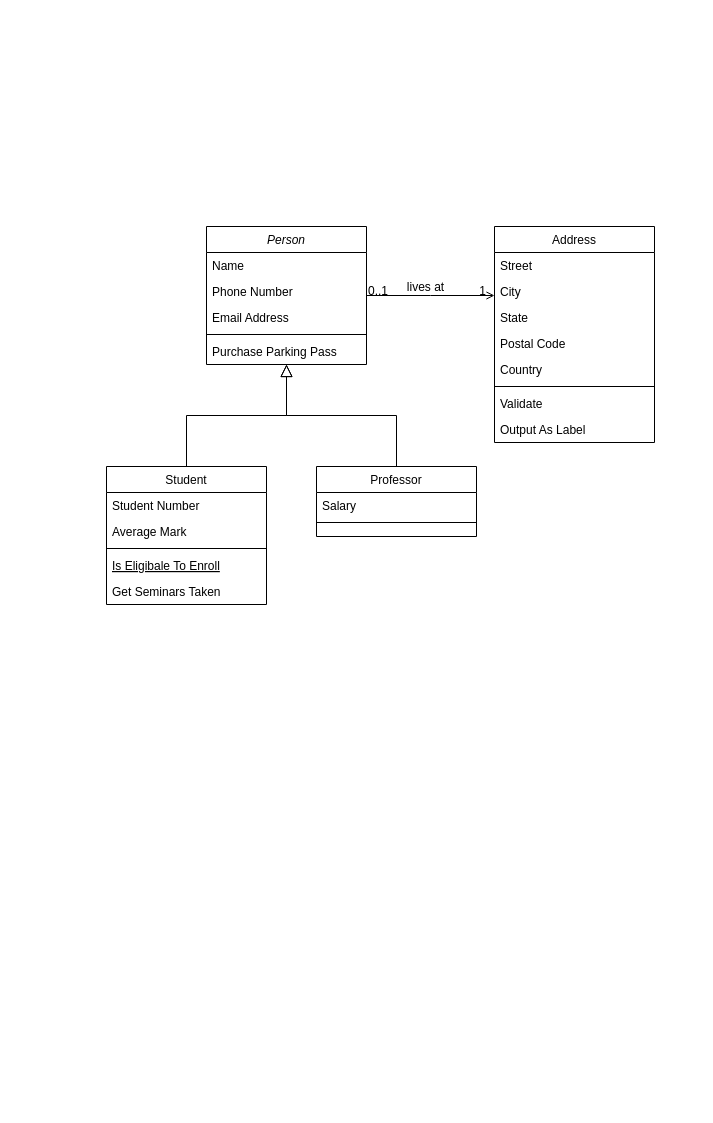
The draw.io diagram Untitled Diagram.drawio in ShubhamNagure/AlgoCode, before the edit. Source tidied: cells renumbered, new cells numbered last; positions are measured from the earlier drawing's top-left corner, leaving out a move shared by most shapes. Both pictures are drawn from the tidied source at 100%, with x=0, y=0 at pixel (106, 226).
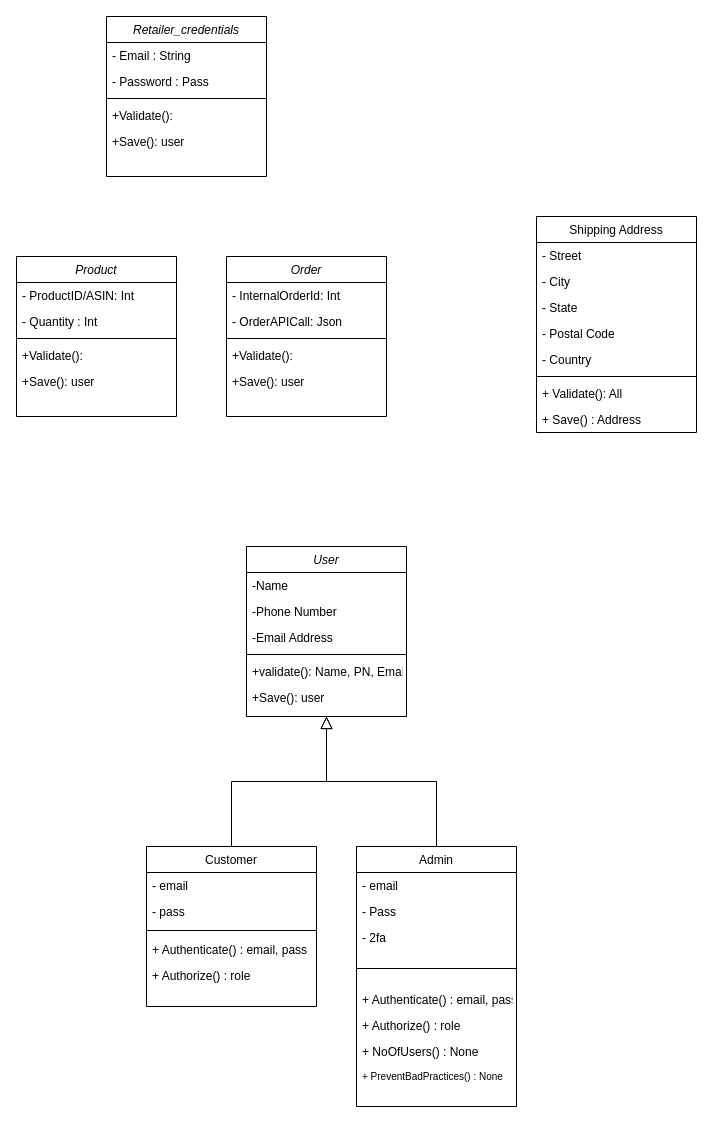
Above is the later version.

What changed in the source:
```diff
@@
-    <mxCell id="2" value="Person" style="swimlane;fontStyle=2;align=center;verticalAlign=top;horizontal=1;startSize=26;rounded=0;shadow=0;strokeWidth=1;" parent="1" vertex="1">
-      <mxGeometry x="100" width="160" height="138" as="geometry" />
+    <mxCell id="2" value="User" style="swimlane;fontStyle=2;align=center;verticalAlign=top;horizontal=1;startSize=26;rounded=0;shadow=0;strokeWidth=1;" parent="1" vertex="1">
+      <mxGeometry x="140" y="320" width="160" height="170" as="geometry" />
     </mxCell>
-    <mxCell id="3" value="Name" style="text;align=left;verticalAlign=top;spacingLeft=4;spacingRight=4;overflow=hidden;" parent="2" vertex="1">
+    <mxCell id="3" value="-Name" style="text;align=left;verticalAlign=top;spacingLeft=4;spacingRight=4;overflow=hidden;" parent="2" vertex="1">
       <mxGeometry y="26" width="160" height="26" as="geometry" />
     </mxCell>
-    <mxCell id="4" value="Phone Number" style="text;align=left;verticalAlign=top;spacingLeft=4;spacingRight=4;overflow=hidden;rounded=0;shadow=0;html=0;" parent="2" vertex="1">
+    <mxCell id="4" value="-Phone Number" style="text;align=left;verticalAlign=top;spacingLeft=4;spacingRight=4;overflow=hidden;rounded=0;shadow=0;html=0;" parent="2" vertex="1">
       <mxGeometry y="52" width="160" height="26" as="geometry" />
     </mxCell>
-    <mxCell id="5" value="Email Address" style="text;align=left;verticalAlign=top;spacingLeft=4;spacingRight=4;overflow=hidden;rounded=0;shadow=0;html=0;" parent="2" vertex="1">
+    <mxCell id="5" value="-Email Address" style="text;align=left;verticalAlign=top;spacingLeft=4;spacingRight=4;overflow=hidden;rounded=0;shadow=0;html=0;" parent="2" vertex="1">
       <mxGeometry y="78" width="160" height="26" as="geometry" />
     </mxCell>
@@
-    <mxCell id="7" value="Purchase Parking Pass" style="text;align=left;verticalAlign=top;spacingLeft=4;spacingRight=4;overflow=hidden;" parent="2" vertex="1">
+    <mxCell id="7" value="+validate(): Name, PN, Email" style="text;align=left;verticalAlign=top;spacingLeft=4;spacingRight=4;overflow=hidden;" parent="2" vertex="1">
       <mxGeometry y="112" width="160" height="26" as="geometry" />
     </mxCell>
+    <mxCell id="32" value="+Save(): user" style="text;align=left;verticalAlign=top;spacingLeft=4;spacingRight=4;overflow=hidden;" parent="2" vertex="1">
+      <mxGeometry y="138" width="160" height="26" as="geometry" />
+    </mxCell>
-    <mxCell id="8" value="Student" style="swimlane;fontStyle=0;align=center;verticalAlign=top;horizontal=1;startSize=26;rounded=0;shadow=0;strokeWidth=1;" parent="1" vertex="1">
-      <mxGeometry y="240" width="160" height="138" as="geometry" />
+    <mxCell id="8" value="Customer" style="swimlane;fontStyle=0;align=center;verticalAlign=top;horizontal=1;startSize=26;rounded=0;shadow=0;strokeWidth=1;" parent="1" vertex="1">
+      <mxGeometry x="40" y="620" width="170" height="160" as="geometry" />
     </mxCell>
-    <mxCell id="9" value="Student Number" style="text;align=left;verticalAlign=top;spacingLeft=4;spacingRight=4;overflow=hidden;" parent="8" vertex="1">
-      <mxGeometry y="26" width="160" height="26" as="geometry" />
+    <mxCell id="9" value="- email" style="text;align=left;verticalAlign=top;spacingLeft=4;spacingRight=4;overflow=hidden;" parent="8" vertex="1">
+      <mxGeometry y="26" width="170" height="26" as="geometry" />
     </mxCell>
-    <mxCell id="10" value="Average Mark" style="text;align=left;verticalAlign=top;spacingLeft=4;spacingRight=4;overflow=hidden;rounded=0;shadow=0;html=0;" parent="8" vertex="1">
-      <mxGeometry y="52" width="160" height="26" as="geometry" />
+    <mxCell id="10" value="- pass" style="text;align=left;verticalAlign=top;spacingLeft=4;spacingRight=4;overflow=hidden;rounded=0;shadow=0;html=0;" parent="8" vertex="1">
+      <mxGeometry y="52" width="170" height="26" as="geometry" />
     </mxCell>
     <mxCell id="11" style="line;html=1;strokeWidth=1;align=left;verticalAlign=middle;spacingTop=-1;spacingLeft=3;spacingRight=3;labelPosition=right;" parent="8" vertex="1">
-      <mxGeometry y="78" width="160" height="8" as="geometry" />
+      <mxGeometry y="78" width="170" height="12" as="geometry" />
     </mxCell>
-    <mxCell id="12" value="Is Eligibale To Enroll" style="text;align=left;verticalAlign=top;spacingLeft=4;spacingRight=4;overflow=hidden;fontStyle=4;" parent="8" vertex="1">
-      <mxGeometry y="86" width="160" height="26" as="geometry" />
+    <mxCell id="12" value="+ Authenticate() : email, pass" style="text;align=left;verticalAlign=top;spacingLeft=4;spacingRight=4;overflow=hidden;fontStyle=0;" parent="8" vertex="1">
+      <mxGeometry y="90" width="170" height="26" as="geometry" />
     </mxCell>
-    <mxCell id="13" value="Get Seminars Taken" style="text;align=left;verticalAlign=top;spacingLeft=4;spacingRight=4;overflow=hidden;" parent="8" vertex="1">
-      <mxGeometry y="112" width="160" height="26" as="geometry" />
+    <mxCell id="13" value="+ Authorize() : role" style="text;align=left;verticalAlign=top;spacingLeft=4;spacingRight=4;overflow=hidden;" parent="8" vertex="1">
+      <mxGeometry y="116" width="170" height="26" as="geometry" />
     </mxCell>
@@
-    <mxCell id="15" value="Professor" style="swimlane;fontStyle=0;align=center;verticalAlign=top;horizontal=1;startSize=26;rounded=0;shadow=0;strokeWidth=1;" parent="1" vertex="1">
-      <mxGeometry x="210" y="240" width="160" height="70" as="geometry" />
+    <mxCell id="15" value="Admin" style="swimlane;fontStyle=0;align=center;verticalAlign=top;horizontal=1;startSize=26;rounded=0;shadow=0;strokeWidth=1;" parent="1" vertex="1">
+      <mxGeometry x="250" y="620" width="160" height="260" as="geometry" />
     </mxCell>
-    <mxCell id="16" value="Salary" style="text;align=left;verticalAlign=top;spacingLeft=4;spacingRight=4;overflow=hidden;" parent="15" vertex="1">
-      <mxGeometry y="26" width="160" height="26" as="geometry" />
-    </mxCell>
+    <mxCell id="33" value="- email" style="text;align=left;verticalAlign=top;spacingLeft=4;spacingRight=4;overflow=hidden;" parent="15" vertex="1">
+      <mxGeometry y="26" width="160" height="26" as="geometry" />
+    </mxCell>
+    <mxCell id="34" value="- Pass" style="text;align=left;verticalAlign=top;spacingLeft=4;spacingRight=4;overflow=hidden;" parent="15" vertex="1">
+      <mxGeometry y="52" width="160" height="26" as="geometry" />
+    </mxCell>
+    <mxCell id="35" value="- 2fa" style="text;align=left;verticalAlign=top;spacingLeft=4;spacingRight=4;overflow=hidden;" parent="15" vertex="1">
+      <mxGeometry y="78" width="160" height="26" as="geometry" />
+    </mxCell>
     <mxCell id="17" style="line;html=1;strokeWidth=1;align=left;verticalAlign=middle;spacingTop=-1;spacingLeft=3;spacingRight=3;labelPosition=right;" parent="15" vertex="1">
-      <mxGeometry y="52" width="160" height="8" as="geometry" />
+      <mxGeometry y="104" width="160" height="36" as="geometry" />
     </mxCell>
+    <mxCell id="36" value="+ Authenticate() : email, pass" style="text;align=left;verticalAlign=top;spacingLeft=4;spacingRight=4;overflow=hidden;fontStyle=0;" parent="15" vertex="1">
+      <mxGeometry y="140" width="160" height="26" as="geometry" />
+    </mxCell>
+    <mxCell id="37" value="+ Authorize() : role" style="text;align=left;verticalAlign=top;spacingLeft=4;spacingRight=4;overflow=hidden;" parent="15" vertex="1">
+      <mxGeometry y="166" width="160" height="26" as="geometry" />
+    </mxCell>
+    <mxCell id="38" value="+ NoOfUsers() : None" style="text;align=left;verticalAlign=top;spacingLeft=4;spacingRight=4;overflow=hidden;" parent="15" vertex="1">
+      <mxGeometry y="192" width="160" height="26" as="geometry" />
+    </mxCell>
+    <mxCell id="39" value="+ PreventBadPractices() : None" style="text;align=left;verticalAlign=top;spacingLeft=4;spacingRight=4;overflow=hidden;fontSize=10;" parent="15" vertex="1">
+      <mxGeometry y="218" width="160" height="26" as="geometry" />
+    </mxCell>
@@
-    <mxCell id="19" value="Address" style="swimlane;fontStyle=0;align=center;verticalAlign=top;horizontal=1;startSize=26;rounded=0;shadow=0;strokeWidth=1;" parent="1" vertex="1">
-      <mxGeometry x="388" width="160" height="216" as="geometry" />
+    <mxCell id="19" value="Shipping Address" style="swimlane;fontStyle=0;align=center;verticalAlign=top;horizontal=1;startSize=26;rounded=0;shadow=0;strokeWidth=1;" parent="1" vertex="1">
+      <mxGeometry x="430" y="-10" width="160" height="216" as="geometry" />
     </mxCell>
-    <mxCell id="20" value="Street" style="text;align=left;verticalAlign=top;spacingLeft=4;spacingRight=4;overflow=hidden;" parent="19" vertex="1">
+    <mxCell id="20" value="- Street" style="text;align=left;verticalAlign=top;spacingLeft=4;spacingRight=4;overflow=hidden;" parent="19" vertex="1">
       <mxGeometry y="26" width="160" height="26" as="geometry" />
     </mxCell>
-    <mxCell id="21" value="City" style="text;align=left;verticalAlign=top;spacingLeft=4;spacingRight=4;overflow=hidden;rounded=0;shadow=0;html=0;" parent="19" vertex="1">
+    <mxCell id="21" value="- City" style="text;align=left;verticalAlign=top;spacingLeft=4;spacingRight=4;overflow=hidden;rounded=0;shadow=0;html=0;" parent="19" vertex="1">
       <mxGeometry y="52" width="160" height="26" as="geometry" />
     </mxCell>
-    <mxCell id="22" value="State" style="text;align=left;verticalAlign=top;spacingLeft=4;spacingRight=4;overflow=hidden;rounded=0;shadow=0;html=0;" parent="19" vertex="1">
+    <mxCell id="22" value="- State" style="text;align=left;verticalAlign=top;spacingLeft=4;spacingRight=4;overflow=hidden;rounded=0;shadow=0;html=0;" parent="19" vertex="1">
       <mxGeometry y="78" width="160" height="26" as="geometry" />
     </mxCell>
-    <mxCell id="23" value="Postal Code" style="text;align=left;verticalAlign=top;spacingLeft=4;spacingRight=4;overflow=hidden;rounded=0;shadow=0;html=0;" parent="19" vertex="1">
+    <mxCell id="23" value="- Postal Code" style="text;align=left;verticalAlign=top;spacingLeft=4;spacingRight=4;overflow=hidden;rounded=0;shadow=0;html=0;" parent="19" vertex="1">
       <mxGeometry y="104" width="160" height="26" as="geometry" />
     </mxCell>
-    <mxCell id="24" value="Country" style="text;align=left;verticalAlign=top;spacingLeft=4;spacingRight=4;overflow=hidden;rounded=0;shadow=0;html=0;" parent="19" vertex="1">
+    <mxCell id="24" value="- Country" style="text;align=left;verticalAlign=top;spacingLeft=4;spacingRight=4;overflow=hidden;rounded=0;shadow=0;html=0;" parent="19" vertex="1">
       <mxGeometry y="130" width="160" height="26" as="geometry" />
     </mxCell>
@@
-    <mxCell id="26" value="Validate" style="text;align=left;verticalAlign=top;spacingLeft=4;spacingRight=4;overflow=hidden;" parent="19" vertex="1">
+    <mxCell id="26" value="+ Validate(): All" style="text;align=left;verticalAlign=top;spacingLeft=4;spacingRight=4;overflow=hidden;" parent="19" vertex="1">
       <mxGeometry y="164" width="160" height="26" as="geometry" />
     </mxCell>
-    <mxCell id="27" value="Output As Label" style="text;align=left;verticalAlign=top;spacingLeft=4;spacingRight=4;overflow=hidden;" parent="19" vertex="1">
+    <mxCell id="27" value="+ Save() : Address" style="text;align=left;verticalAlign=top;spacingLeft=4;spacingRight=4;overflow=hidden;" parent="19" vertex="1">
       <mxGeometry y="190" width="160" height="26" as="geometry" />
     </mxCell>
-    <mxCell id="28" style="endArrow=open;shadow=0;strokeWidth=1;rounded=0;endFill=1;edgeStyle=elbowEdgeStyle;elbow=vertical;" parent="1" edge="1" source="2" target="19">
-      <mxGeometry x="0.5" y="41" relative="1" as="geometry">
-        <mxPoint x="-40" y="32" as="offset" />
-      </mxGeometry>
-    </mxCell>
-    <mxCell id="29" value="0..1" style="align=left;verticalAlign=bottom;labelBackgroundColor=none;fontSize=12;" parent="28" vertex="1">
-      <mxGeometry x="-1" relative="1" as="geometry">
-        <mxPoint y="4" as="offset" />
-      </mxGeometry>
-    </mxCell>
-    <mxCell id="30" value="1" style="align=right;verticalAlign=bottom;labelBackgroundColor=none;fontSize=12;" parent="28" vertex="1">
-      <mxGeometry x="1" relative="1" as="geometry">
-        <mxPoint x="-7" y="4" as="offset" />
-      </mxGeometry>
-    </mxCell>
-    <mxCell id="31" value="lives at" style="text;html=1;align=center;verticalAlign=middle;labelBackgroundColor=none;rounded=0;shadow=0;strokeWidth=1;fontSize=12;" parent="28" vertex="1">
-      <mxGeometry x="0.5" y="49" relative="1" as="geometry">
-        <mxPoint x="-38" y="40" as="offset" />
-      </mxGeometry>
-    </mxCell>
+    <mxCell id="40" value="Order" style="swimlane;fontStyle=2;align=center;verticalAlign=top;horizontal=1;startSize=26;rounded=0;shadow=0;strokeWidth=1;" parent="1" vertex="1">
+      <mxGeometry x="120" y="30" width="160" height="160" as="geometry" />
+    </mxCell>
+    <mxCell id="41" value="- InternalOrderId: Int" style="text;align=left;verticalAlign=top;spacingLeft=4;spacingRight=4;overflow=hidden;" parent="40" vertex="1">
+      <mxGeometry y="26" width="160" height="26" as="geometry" />
+    </mxCell>
+    <mxCell id="42" value="- OrderAPICall: Json" style="text;align=left;verticalAlign=top;spacingLeft=4;spacingRight=4;overflow=hidden;rounded=0;shadow=0;html=0;" parent="40" vertex="1">
+      <mxGeometry y="52" width="160" height="26" as="geometry" />
+    </mxCell>
+    <mxCell id="43" style="line;html=1;strokeWidth=1;align=left;verticalAlign=middle;spacingTop=-1;spacingLeft=3;spacingRight=3;labelPosition=right;" parent="40" vertex="1">
+      <mxGeometry y="78" width="160" height="8" as="geometry" />
+    </mxCell>
+    <mxCell id="44" value="+Validate():" style="text;align=left;verticalAlign=top;spacingLeft=4;spacingRight=4;overflow=hidden;" parent="40" vertex="1">
+      <mxGeometry y="86" width="160" height="26" as="geometry" />
+    </mxCell>
+    <mxCell id="45" value="+Save(): user" style="text;align=left;verticalAlign=top;spacingLeft=4;spacingRight=4;overflow=hidden;" parent="40" vertex="1">
+      <mxGeometry y="112" width="160" height="26" as="geometry" />
+    </mxCell>
+    <mxCell id="46" value="Product" style="swimlane;fontStyle=2;align=center;verticalAlign=top;horizontal=1;startSize=26;rounded=0;shadow=0;strokeWidth=1;" parent="1" vertex="1">
+      <mxGeometry x="-90" y="30" width="160" height="160" as="geometry" />
+    </mxCell>
+    <mxCell id="47" value="- ProductID/ASIN: Int" style="text;align=left;verticalAlign=top;spacingLeft=4;spacingRight=4;overflow=hidden;" parent="46" vertex="1">
+      <mxGeometry y="26" width="160" height="26" as="geometry" />
+    </mxCell>
+    <mxCell id="48" value="- Quantity : Int" style="text;align=left;verticalAlign=top;spacingLeft=4;spacingRight=4;overflow=hidden;rounded=0;shadow=0;html=0;" parent="46" vertex="1">
+      <mxGeometry y="52" width="160" height="26" as="geometry" />
+    </mxCell>
+    <mxCell id="49" style="line;html=1;strokeWidth=1;align=left;verticalAlign=middle;spacingTop=-1;spacingLeft=3;spacingRight=3;labelPosition=right;" parent="46" vertex="1">
+      <mxGeometry y="78" width="160" height="8" as="geometry" />
+    </mxCell>
+    <mxCell id="50" value="+Validate():" style="text;align=left;verticalAlign=top;spacingLeft=4;spacingRight=4;overflow=hidden;" parent="46" vertex="1">
+      <mxGeometry y="86" width="160" height="26" as="geometry" />
+    </mxCell>
+    <mxCell id="51" value="+Save(): user" style="text;align=left;verticalAlign=top;spacingLeft=4;spacingRight=4;overflow=hidden;" parent="46" vertex="1">
+      <mxGeometry y="112" width="160" height="26" as="geometry" />
+    </mxCell>
+    <mxCell id="52" value="Retailer_credentials" style="swimlane;fontStyle=2;align=center;verticalAlign=top;horizontal=1;startSize=26;rounded=0;shadow=0;strokeWidth=1;" parent="1" vertex="1">
+      <mxGeometry y="-210" width="160" height="160" as="geometry" />
+    </mxCell>
+    <mxCell id="53" value="- Email : String" style="text;align=left;verticalAlign=top;spacingLeft=4;spacingRight=4;overflow=hidden;" parent="52" vertex="1">
+      <mxGeometry y="26" width="160" height="26" as="geometry" />
+    </mxCell>
+    <mxCell id="54" value="- Password : Pass" style="text;align=left;verticalAlign=top;spacingLeft=4;spacingRight=4;overflow=hidden;rounded=0;shadow=0;html=0;" parent="52" vertex="1">
+      <mxGeometry y="52" width="160" height="26" as="geometry" />
+    </mxCell>
+    <mxCell id="55" style="line;html=1;strokeWidth=1;align=left;verticalAlign=middle;spacingTop=-1;spacingLeft=3;spacingRight=3;labelPosition=right;" parent="52" vertex="1">
+      <mxGeometry y="78" width="160" height="8" as="geometry" />
+    </mxCell>
+    <mxCell id="56" value="+Validate():" style="text;align=left;verticalAlign=top;spacingLeft=4;spacingRight=4;overflow=hidden;" parent="52" vertex="1">
+      <mxGeometry y="86" width="160" height="26" as="geometry" />
+    </mxCell>
+    <mxCell id="57" value="+Save(): user" style="text;align=left;verticalAlign=top;spacingLeft=4;spacingRight=4;overflow=hidden;" parent="52" vertex="1">
+      <mxGeometry y="112" width="160" height="26" as="geometry" />
+    </mxCell>
```
